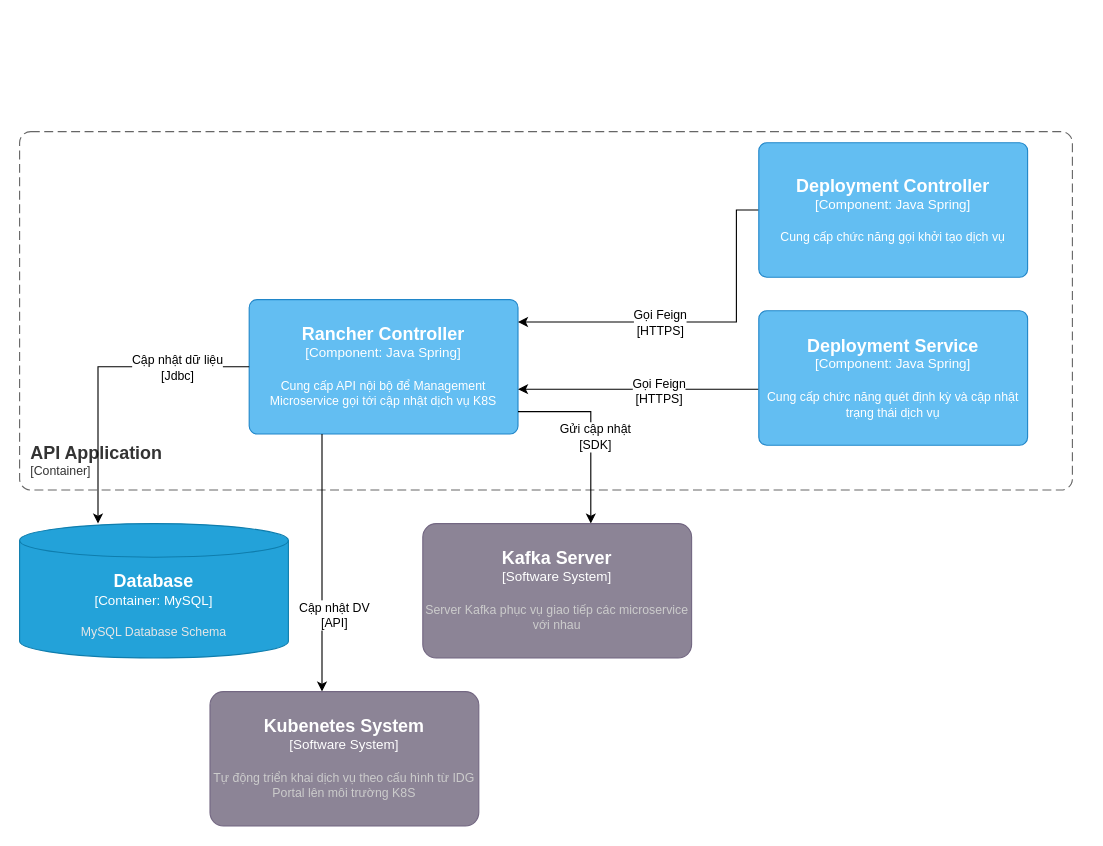
Before: Idg-Portal lv3 api rancher.drawio in dangngocsoncntt/draw.io, a draw.io diagram. Source tidied: cells renumbered, new cells numbered last; positions are measured from the earlier drawing's top-left corner, leaving out a move shared by most shapes. Both pictures are drawn from the tidied source at 112%, with x=0, y=0 at pixel (19, 131).
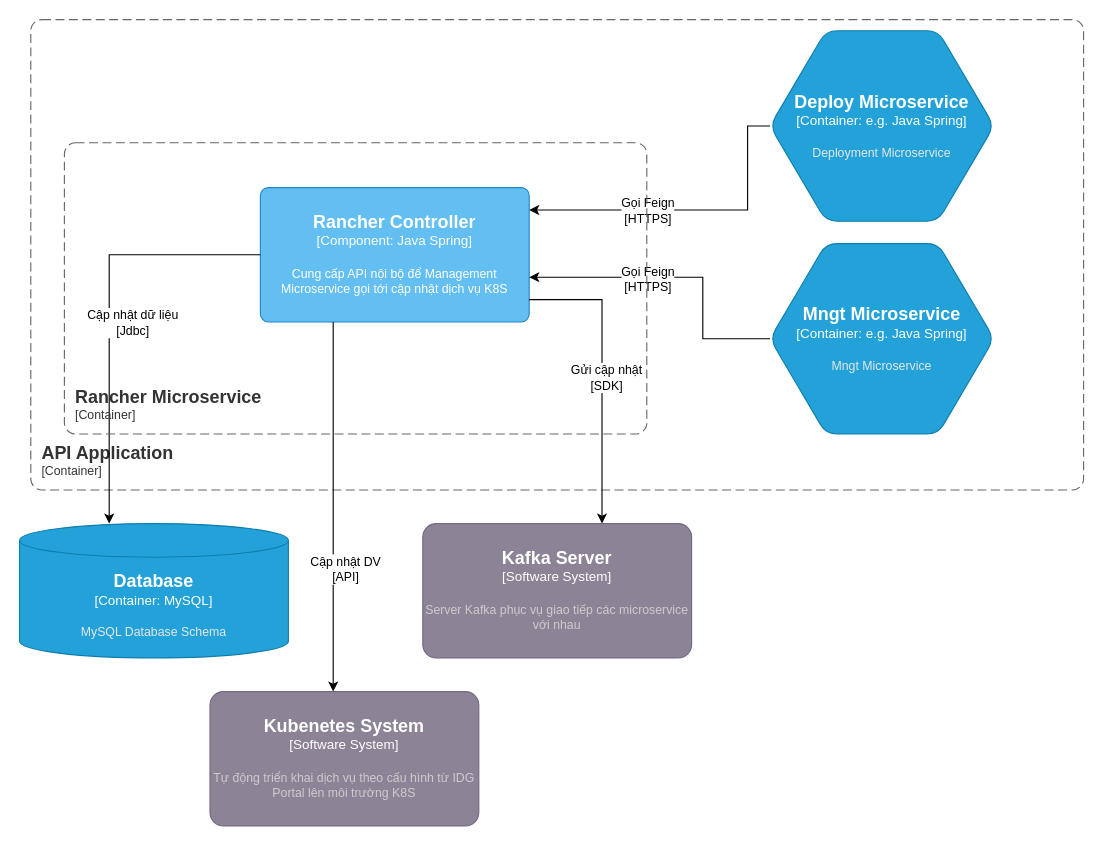
The same page after the edit.

Unchanged cells that the change refers to:
```xml
<object id="10" label="&lt;font style=&quot;font-size: 16px&quot;&gt;&lt;b&gt;%c4Type%&lt;/b&gt;&lt;/font&gt;&lt;div&gt;[%c4Container%:&amp;nbsp;%c4Technology%]&lt;/div&gt;&lt;br&gt;&lt;div&gt;&lt;font style=&quot;font-size: 11px&quot;&gt;&lt;font color=&quot;#E6E6E6&quot;&gt;%c4Description%&lt;/font&gt;&lt;/div&gt;" c4Container="Container" c4Description="MySQL Database Schema" c4Technology="MySQL" c4Type="Database" placeholders="1">
  <mxCell style="shape=cylinder3;size=15;whiteSpace=wrap;html=1;boundedLbl=1;rounded=0;labelBackgroundColor=none;fillColor=#23A2D9;fontSize=12;fontColor=#ffffff;align=center;strokeColor=#0E7DAD;points=[[0.5,0,0],[1,0.25,0],[1,0.5,0],[1,0.75,0],[0.5,1,0],[0,0.75,0],[0,0.5,0],[0,0.25,0]];" parent="1" vertex="1">
    <mxGeometry y="350" width="240" height="120" as="geometry" />
  </mxCell>
</object>
<object id="11" label="&lt;font style=&quot;font-size: 16px&quot;&gt;&lt;b&gt;%c4Name%&lt;/b&gt;&lt;/font&gt;&lt;div&gt;[%c4Type%]&lt;/div&gt;&lt;br&gt;&lt;div&gt;&lt;font style=&quot;font-size: 11px&quot;&gt;&lt;font color=&quot;#cccccc&quot;&gt;%c4Description%&lt;/font&gt;&lt;/div&gt;" c4Description="Server Kafka phục vụ giao tiếp các microservice với nhau" c4Name="Kafka Server" c4Type="Software System" placeholders="1">
  <mxCell style="rounded=1;whiteSpace=wrap;html=1;labelBackgroundColor=none;fillColor=#8C8496;fontColor=#ffffff;align=center;arcSize=10;strokeColor=#736782;points=[[0.25,0,0],[0.5,0,0],[0.75,0,0],[1,0.25,0],[1,0.5,0],[1,0.75,0],[0.75,1,0],[0.5,1,0],[0.25,1,0],[0,0.75,0],[0,0.5,0],[0,0.25,0]];" parent="1" vertex="1">
    <mxGeometry x="360" y="350" width="240" height="120" as="geometry" />
  </mxCell>
</object>
<object id="12" label="&lt;font style=&quot;font-size: 16px&quot;&gt;&lt;b&gt;%c4Name%&lt;/b&gt;&lt;/font&gt;&lt;div&gt;[%c4Type%]&lt;/div&gt;&lt;br&gt;&lt;div&gt;&lt;font style=&quot;font-size: 11px&quot;&gt;&lt;font color=&quot;#cccccc&quot;&gt;%c4Description%&lt;/font&gt;&lt;/div&gt;" c4Description="Tự động triển khai dịch vụ theo cấu hình từ IDG Portal lên môi trường K8S" c4Name="Kubenetes System" c4Type="Software System" placeholders="1">
  <mxCell style="rounded=1;whiteSpace=wrap;html=1;labelBackgroundColor=none;fillColor=#8C8496;fontColor=#ffffff;align=center;arcSize=10;strokeColor=#736782;points=[[0.25,0,0],[0.5,0,0],[0.75,0,0],[1,0.25,0],[1,0.5,0],[1,0.75,0],[0.75,1,0],[0.5,1,0],[0.25,1,0],[0,0.75,0],[0,0.5,0],[0,0.25,0]];" parent="1" vertex="1">
    <mxGeometry x="170" y="500" width="240" height="120" as="geometry" />
  </mxCell>
</object>
```

Change to the diagram source:
```diff
@@
     <object id="2" label="&lt;font style=&quot;font-size: 16px&quot;&gt;&lt;b&gt;&lt;div style=&quot;text-align: left&quot;&gt;%c4Name%&lt;/div&gt;&lt;/b&gt;&lt;/font&gt;&lt;div style=&quot;text-align: left&quot;&gt;[%c4Application%]&lt;/div&gt;" c4Application="Container" c4Name="API Application" placeholders="1">
       <mxCell style="rounded=1;fontSize=11;whiteSpace=wrap;html=1;dashed=1;arcSize=20;fillColor=none;strokeColor=#666666;fontColor=#333333;labelBackgroundColor=none;align=left;verticalAlign=bottom;labelBorderColor=none;spacingTop=0;spacing=10;dashPattern=8 4;perimeter=rectanglePerimeter;noLabel=0;labelPadding=0;absoluteArcSize=1;" parent="1" vertex="1">
-        <mxGeometry width="940" height="320" as="geometry" />
+        <mxGeometry x="10" y="-100" width="940" height="420" as="geometry" />
       </mxCell>
     </object>
     <object id="3" label="&lt;font style=&quot;font-size: 16px&quot;&gt;&lt;b&gt;%c4Name%&lt;/b&gt;&lt;/font&gt;&lt;div&gt;[%c4Type%: %c4Technology%]&lt;/div&gt;&lt;br&gt;&lt;div&gt;&lt;font style=&quot;font-size: 11px&quot;&gt;%c4Description%&lt;/font&gt;&lt;/div&gt;" c4Description="Cung cấp API nội bộ để Management Microservice gọi tới cập nhật dịch vụ K8S" c4Name="Rancher Controller" c4Technology="Java Spring" c4Type="Component" placeholders="1">
       <mxCell style="rounded=1;whiteSpace=wrap;html=1;labelBackgroundColor=none;fillColor=#63BEF2;fontColor=#ffffff;align=center;arcSize=6;strokeColor=#2086C9;points=[[0.25,0,0],[0.5,0,0],[0.75,0,0],[1,0.25,0],[1,0.5,0],[1,0.75,0],[0.75,1,0],[0.5,1,0],[0.25,1,0],[0,0.75,0],[0,0.5,0],[0,0.25,0]];" parent="1" vertex="1">
-        <mxGeometry x="205" y="150" width="240" height="120" as="geometry" />
+        <mxGeometry x="215" y="50" width="240" height="120" as="geometry" />
       </mxCell>
     </object>
     <mxCell id="4" style="edgeStyle=orthogonalEdgeStyle;rounded=0;jettySize=auto;html=1;" parent="1" edge="1" source="3" target="10">
       <mxGeometry relative="1" as="geometry">
         <Array as="points">
-          <mxPoint x="250" y="210" />
-          <mxPoint x="70" y="210" />
+          <mxPoint x="260" y="110" />
+          <mxPoint x="80" y="110" />
         </Array>
       </mxGeometry>
     </mxCell>
     <mxCell id="5" value="Cập nhật dữ liệu&lt;br&gt;[Jdbc]" style="edgeLabel;html=1;align=center;verticalAlign=middle;" parent="4" vertex="1">
       <mxGeometry x="-0.41" y="4" relative="1" as="geometry">
-        <mxPoint x="16" y="-4" as="offset" />
+        <mxPoint x="-4" y="56" as="offset" />
       </mxGeometry>
     </mxCell>
     <mxCell id="6" style="edgeStyle=orthogonalEdgeStyle;rounded=0;jettySize=auto;html=1;" parent="1" edge="1" source="3" target="11">
       <mxGeometry relative="1" as="geometry">
         <Array as="points">
-          <mxPoint x="510" y="250" />
+          <mxPoint x="520" y="150" />
         </Array>
       </mxGeometry>
     </mxCell>
@@
     <mxCell id="8" style="edgeStyle=orthogonalEdgeStyle;rounded=0;jettySize=auto;html=1;" parent="1" edge="1" target="12">
       <mxGeometry relative="1" as="geometry">
-        <mxPoint x="270" y="270" as="sourcePoint" />
+        <mxPoint x="280" y="170" as="sourcePoint" />
         <Array as="points">
-          <mxPoint x="270" y="360" />
-          <mxPoint x="270" y="360" />
+          <mxPoint x="280" y="260" />
+          <mxPoint x="280" y="260" />
         </Array>
       </mxGeometry>
     </mxCell>
@@
-    <mxCell id="13" style="edgeStyle=orthogonalEdgeStyle;rounded=0;jettySize=auto;html=1;" parent="1" edge="1" source="17" target="3">
+    <mxCell id="13" style="edgeStyle=orthogonalEdgeStyle;rounded=0;jettySize=auto;html=1;" parent="1" edge="1" source="20" target="3">
       <mxGeometry relative="1" as="geometry">
         <Array as="points">
-          <mxPoint x="640" y="70" />
-          <mxPoint x="640" y="170" />
+          <mxPoint x="650" y="-5" />
+          <mxPoint x="650" y="70" />
         </Array>
       </mxGeometry>
     </mxCell>
     <mxCell id="14" value="Gọi Feign&lt;br&gt;[HTTPS]" style="edgeLabel;html=1;align=center;verticalAlign=middle;" parent="13" vertex="1">
       <mxGeometry x="0.13" y="1" relative="1" as="geometry">
-        <mxPoint x="-11" y="-1" as="offset" />
+        <mxPoint x="-21" y="-1" as="offset" />
       </mxGeometry>
     </mxCell>
-    <mxCell id="15" style="edgeStyle=orthogonalEdgeStyle;rounded=0;jettySize=auto;html=1;" parent="1" edge="1" source="18" target="3">
+    <mxCell id="15" style="edgeStyle=orthogonalEdgeStyle;rounded=0;jettySize=auto;html=1;exitX=0;exitY=0.5;exitDx=0;exitDy=0;exitPerimeter=0;" parent="1" edge="1" source="21" target="3">
       <mxGeometry relative="1" as="geometry">
         <Array as="points">
-          <mxPoint x="620" y="230" />
-          <mxPoint x="620" y="230" />
+          <mxPoint x="610" y="185" />
+          <mxPoint x="610" y="130" />
         </Array>
       </mxGeometry>
     </mxCell>
     <mxCell id="16" value="Gọi Feign&lt;br style=&quot;border-color: var(--border-color);&quot;&gt;[HTTPS]" style="edgeLabel;html=1;align=center;verticalAlign=middle;" parent="15" vertex="1">
       <mxGeometry x="0.49" y="1" relative="1" as="geometry">
-        <mxPoint x="70" as="offset" />
+        <mxPoint x="36" as="offset" />
       </mxGeometry>
     </mxCell>
-    <object id="17" label="&lt;font style=&quot;font-size: 16px&quot;&gt;&lt;b&gt;%c4Name%&lt;/b&gt;&lt;/font&gt;&lt;div&gt;[%c4Type%: %c4Technology%]&lt;/div&gt;&lt;br&gt;&lt;div&gt;&lt;font style=&quot;font-size: 11px&quot;&gt;%c4Description%&lt;/font&gt;&lt;/div&gt;" c4Description="Cung cấp chức năng gọi khởi tạo dịch vụ" c4Name="Deployment Controller" c4Technology="Java Spring" c4Type="Component" placeholders="1">
-      <mxCell style="rounded=1;whiteSpace=wrap;html=1;labelBackgroundColor=none;fillColor=#63BEF2;fontColor=#ffffff;align=center;arcSize=6;strokeColor=#2086C9;points=[[0.25,0,0],[0.5,0,0],[0.75,0,0],[1,0.25,0],[1,0.5,0],[1,0.75,0],[0.75,1,0],[0.5,1,0],[0.25,1,0],[0,0.75,0],[0,0.5,0],[0,0.25,0]];" parent="1" vertex="1">
-        <mxGeometry x="660" y="10" width="240" height="120" as="geometry" />
-      </mxCell>
-    </object>
-    <object id="18" label="&lt;font style=&quot;font-size: 16px&quot;&gt;&lt;b&gt;%c4Name%&lt;/b&gt;&lt;/font&gt;&lt;div&gt;[%c4Type%: %c4Technology%]&lt;/div&gt;&lt;br&gt;&lt;div&gt;&lt;font style=&quot;font-size: 11px&quot;&gt;%c4Description%&lt;/font&gt;&lt;/div&gt;" c4Description="Cung cấp chức năng quét định kỳ và cập nhật trạng thái dịch vụ" c4Name="Deployment Service" c4Technology="Java Spring" c4Type="Component" placeholders="1">
-      <mxCell style="rounded=1;whiteSpace=wrap;html=1;labelBackgroundColor=none;fillColor=#63BEF2;fontColor=#ffffff;align=center;arcSize=6;strokeColor=#2086C9;points=[[0.25,0,0],[0.5,0,0],[0.75,0,0],[1,0.25,0],[1,0.5,0],[1,0.75,0],[0.75,1,0],[0.5,1,0],[0.25,1,0],[0,0.75,0],[0,0.5,0],[0,0.25,0]];" parent="1" vertex="1">
-        <mxGeometry x="660" y="160" width="240" height="120" as="geometry" />
-      </mxCell>
-    </object>
+    <object id="19" label="&lt;font style=&quot;font-size: 16px&quot;&gt;&lt;b&gt;&lt;div style=&quot;text-align: left&quot;&gt;%c4Name%&lt;/div&gt;&lt;/b&gt;&lt;/font&gt;&lt;div style=&quot;text-align: left&quot;&gt;[%c4Application%]&lt;/div&gt;" c4Application="Container" c4Name="Rancher Microservice" placeholders="1">
+      <mxCell style="rounded=1;fontSize=11;whiteSpace=wrap;html=1;dashed=1;arcSize=20;fillColor=none;strokeColor=#666666;fontColor=#333333;labelBackgroundColor=none;align=left;verticalAlign=bottom;labelBorderColor=none;spacingTop=0;spacing=10;dashPattern=8 4;perimeter=rectanglePerimeter;noLabel=0;labelPadding=0;absoluteArcSize=1;" parent="1" vertex="1">
+        <mxGeometry x="40" y="10" width="520" height="260" as="geometry" />
+      </mxCell>
+    </object>
+    <object id="20" label="&lt;font style=&quot;font-size: 16px&quot;&gt;&lt;b&gt;%c4Type%&lt;/b&gt;&lt;/font&gt;&lt;div&gt;[%c4Container%:&amp;nbsp;%c4Technology%]&lt;/div&gt;&lt;br&gt;&lt;div&gt;&lt;font style=&quot;font-size: 11px&quot;&gt;&lt;font color=&quot;#E6E6E6&quot;&gt;%c4Description%&lt;/font&gt;&lt;/div&gt;" c4Container="Container" c4Description="Deployment Microservice" c4Technology="e.g. Java Spring" c4Type="Deploy Microservice" placeholders="1">
+      <mxCell style="shape=hexagon;size=50;perimeter=hexagonPerimeter2;whiteSpace=wrap;html=1;fixedSize=1;rounded=1;labelBackgroundColor=none;fillColor=#23A2D9;fontSize=12;fontColor=#ffffff;align=center;strokeColor=#0E7DAD;points=[[0.5,0,0],[1,0.25,0],[1,0.5,0],[1,0.75,0],[0.5,1,0],[0,0.75,0],[0,0.5,0],[0,0.25,0]];" parent="1" vertex="1">
+        <mxGeometry x="670" y="-90" width="200" height="170" as="geometry" />
+      </mxCell>
+    </object>
+    <object id="21" label="&lt;font style=&quot;font-size: 16px&quot;&gt;&lt;b&gt;%c4Type%&lt;/b&gt;&lt;/font&gt;&lt;div&gt;[%c4Container%:&amp;nbsp;%c4Technology%]&lt;/div&gt;&lt;br&gt;&lt;div&gt;&lt;font style=&quot;font-size: 11px&quot;&gt;&lt;font color=&quot;#E6E6E6&quot;&gt;%c4Description%&lt;/font&gt;&lt;/div&gt;" c4Container="Container" c4Description="Mngt Microservice" c4Technology="e.g. Java Spring" c4Type="Mngt Microservice" placeholders="1">
+      <mxCell style="shape=hexagon;size=50;perimeter=hexagonPerimeter2;whiteSpace=wrap;html=1;fixedSize=1;rounded=1;labelBackgroundColor=none;fillColor=#23A2D9;fontSize=12;fontColor=#ffffff;align=center;strokeColor=#0E7DAD;points=[[0.5,0,0],[1,0.25,0],[1,0.5,0],[1,0.75,0],[0.5,1,0],[0,0.75,0],[0,0.5,0],[0,0.25,0]];" parent="1" vertex="1">
+        <mxGeometry x="670" y="100" width="200" height="170" as="geometry" />
+      </mxCell>
+    </object>
```
